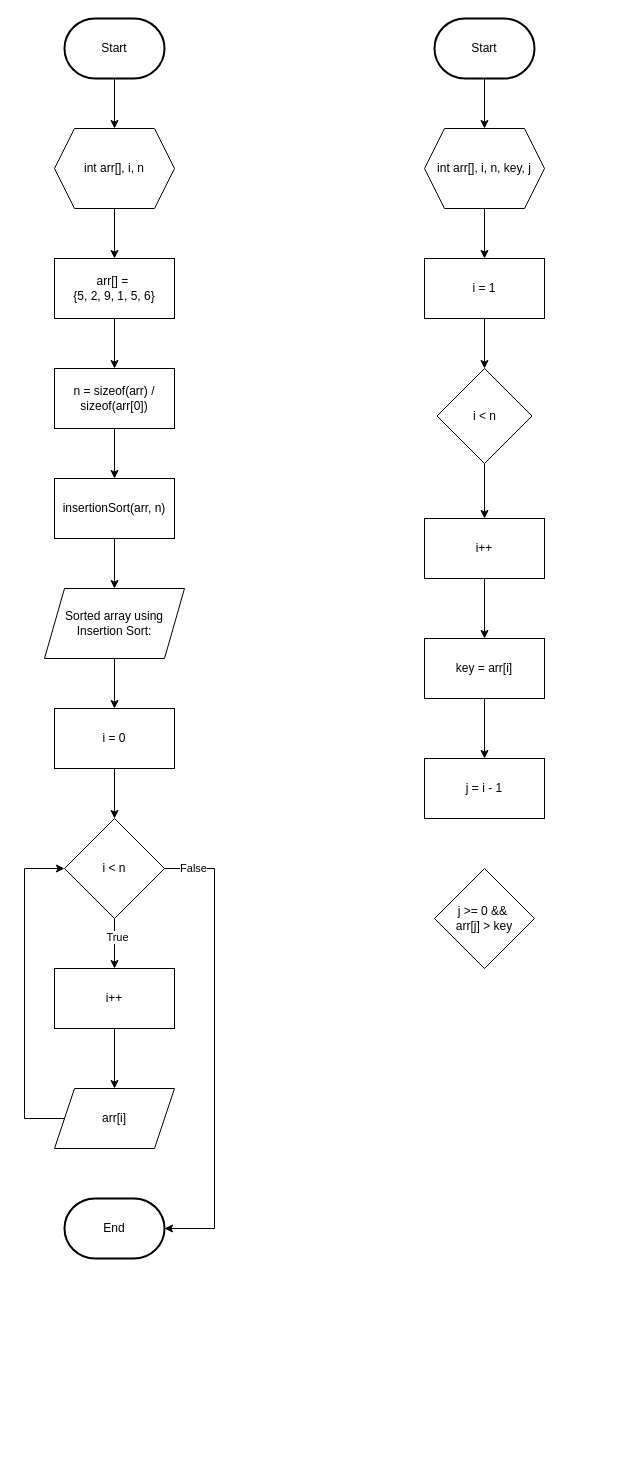
Earlier version of the draw.io diagram page "Insertion Sort" (1 of 4) of Penda Modul 3.drawio (elikawicaksana/BuildIT_BasisData). Source tidied: cells renumbered, new cells numbered last; positions are measured from the earlier drawing's top-left corner, leaving out a move shared by most shapes. Both pictures are drawn from the tidied source at 100%, with x=0, y=0 at pixel (24, 18).
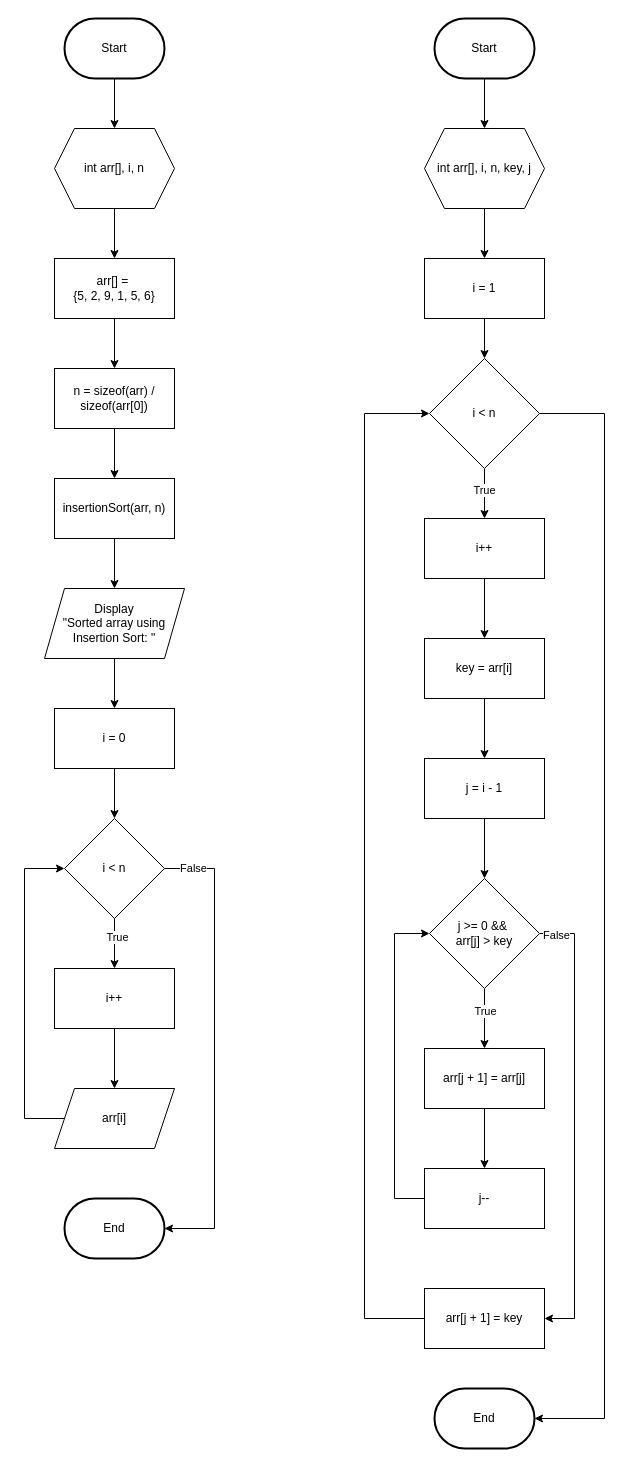
After the change.

The change refers to these unchanged cells:
```xml
<mxCell id="8" style="edgeStyle=orthogonalEdgeStyle;rounded=0;jettySize=auto;html=1;entryX=0.5;entryY=0;entryDx=0;entryDy=0;" parent="1" edge="1" source="9" target="35">
  <mxGeometry relative="1" as="geometry" />
</mxCell>
<mxCell id="15" value="i = 0" style="rounded=0;whiteSpace=wrap;html=1;" parent="1" vertex="1">
  <mxGeometry x="30" y="690" width="120" height="60" as="geometry" />
</mxCell>
<mxCell id="19" value="insertionSort(arr, n)" style="rounded=0;whiteSpace=wrap;html=1;" parent="1" vertex="1">
  <mxGeometry x="30" y="460" width="120" height="60" as="geometry" />
</mxCell>
<mxCell id="22" style="edgeStyle=orthogonalEdgeStyle;rounded=0;jettySize=auto;html=1;entryX=0.5;entryY=0;entryDx=0;entryDy=0;" parent="1" edge="1" source="24" target="26">
  <mxGeometry relative="1" as="geometry" />
</mxCell>
<mxCell id="30" style="edgeStyle=orthogonalEdgeStyle;rounded=0;jettySize=auto;html=1;entryX=1;entryY=0.5;entryDx=0;entryDy=0;entryPerimeter=0;" parent="1" edge="1" source="24" target="29">
  <mxGeometry relative="1" as="geometry">
    <Array as="points">
      <mxPoint x="190" y="850" />
      <mxPoint x="190" y="1210" />
    </Array>
  </mxGeometry>
</mxCell>
<mxCell id="38" value="j = i - 1" style="rounded=0;whiteSpace=wrap;html=1;" parent="1" vertex="1">
  <mxGeometry x="400" y="740" width="120" height="60" as="geometry" />
</mxCell>
```

Change to the diagram source:
```diff
@@
+    <mxCell id="40" value="True" style="edgeLabel;html=1;align=center;verticalAlign=middle;" parent="8" vertex="1">
+      <mxGeometry x="-0.17" y="-1" relative="1" as="geometry" />
+    </mxCell>
     <mxCell id="9" value="i &amp;lt; n" style="rhombus;whiteSpace=wrap;html=1;" parent="1" vertex="1">
-      <mxGeometry x="412.5" y="350" width="95" height="95" as="geometry" />
+      <mxGeometry x="405" y="340" width="110" height="110" as="geometry" />
     </mxCell>
@@
-    <mxCell id="18" style="edgeStyle=orthogonalEdgeStyle;rounded=0;jettySize=auto;html=1;entryX=0.5;entryY=0;entryDx=0;entryDy=0;" parent="1" edge="1" source="19" target="21">
-      <mxGeometry relative="1" as="geometry" />
-    </mxCell>
+    <mxCell id="41" style="edgeStyle=orthogonalEdgeStyle;rounded=0;jettySize=auto;html=1;entryX=0.5;entryY=0;entryDx=0;entryDy=0;" parent="1" edge="1" source="19" target="43">
+      <mxGeometry relative="1" as="geometry" />
+    </mxCell>
@@
-    <mxCell id="20" style="edgeStyle=orthogonalEdgeStyle;rounded=0;jettySize=auto;html=1;entryX=0.5;entryY=0;entryDx=0;entryDy=0;" parent="1" edge="1" source="21" target="15">
-      <mxGeometry relative="1" as="geometry" />
-    </mxCell>
-    <mxCell id="21" value="Sorted array using Insertion Sort:" style="shape=parallelogram;perimeter=parallelogramPerimeter;whiteSpace=wrap;html=1;fixedSize=1;" parent="1" vertex="1">
-      <mxGeometry x="20" y="570" width="140" height="70" as="geometry" />
-    </mxCell>
+    <mxCell id="42" style="edgeStyle=orthogonalEdgeStyle;rounded=0;jettySize=auto;html=1;entryX=0.5;entryY=0;entryDx=0;entryDy=0;" parent="1" edge="1" source="43" target="15">
+      <mxGeometry relative="1" as="geometry" />
+    </mxCell>
+    <mxCell id="43" value="&lt;div&gt;Display&lt;/div&gt;&quot;Sorted array using Insertion Sort: &quot;" style="shape=parallelogram;perimeter=parallelogramPerimeter;whiteSpace=wrap;html=1;fixedSize=1;" parent="1" vertex="1">
+      <mxGeometry x="20" y="570" width="140" height="70" as="geometry" />
+    </mxCell>
@@
-    <mxCell id="23" value="True" style="edgeLabel;html=1;align=center;verticalAlign=middle;" parent="22" vertex="1">
-      <mxGeometry x="-0.29" y="2" relative="1" as="geometry" />
-    </mxCell>
+    <mxCell id="44" value="True" style="edgeLabel;html=1;align=center;verticalAlign=middle;" parent="22" vertex="1">
+      <mxGeometry x="-0.29" y="2" relative="1" as="geometry" />
+    </mxCell>
@@
-    <mxCell id="31" value="False" style="edgeLabel;html=1;align=center;verticalAlign=middle;" parent="30" vertex="1">
-      <mxGeometry x="-0.88" y="1" relative="1" as="geometry" />
-    </mxCell>
+    <mxCell id="45" value="False" style="edgeLabel;html=1;align=center;verticalAlign=middle;" parent="30" vertex="1">
+      <mxGeometry x="-0.88" y="1" relative="1" as="geometry" />
+    </mxCell>
@@
+    <mxCell id="46" style="edgeStyle=orthogonalEdgeStyle;rounded=0;jettySize=auto;html=1;entryX=0.5;entryY=0;entryDx=0;entryDy=0;" parent="1" edge="1" source="38" target="39">
+      <mxGeometry relative="1" as="geometry" />
+    </mxCell>
@@
+    <mxCell id="47" style="edgeStyle=orthogonalEdgeStyle;rounded=0;jettySize=auto;html=1;entryX=0.5;entryY=0;entryDx=0;entryDy=0;" parent="1" edge="1" source="39" target="52">
+      <mxGeometry relative="1" as="geometry" />
+    </mxCell>
+    <mxCell id="48" value="True" style="edgeLabel;html=1;align=center;verticalAlign=middle;" parent="47" vertex="1">
+      <mxGeometry x="-0.28" relative="1" as="geometry" />
+    </mxCell>
+    <mxCell id="49" style="edgeStyle=orthogonalEdgeStyle;rounded=0;jettySize=auto;html=1;entryX=1;entryY=0.5;entryDx=0;entryDy=0;" parent="1" edge="1" source="39" target="56">
+      <mxGeometry relative="1" as="geometry">
+        <Array as="points">
+          <mxPoint x="550" y="915" />
+          <mxPoint x="550" y="1300" />
+        </Array>
+      </mxGeometry>
+    </mxCell>
+    <mxCell id="50" value="False" style="edgeLabel;html=1;align=center;verticalAlign=middle;" parent="49" vertex="1">
+      <mxGeometry x="-0.93" y="-1" relative="1" as="geometry" />
+    </mxCell>
     <mxCell id="39" value="j &amp;gt;= 0 &amp;amp;&amp;amp;&amp;nbsp;&lt;div&gt;arr[j] &amp;gt; key&lt;/div&gt;" style="rhombus;whiteSpace=wrap;html=1;" parent="1" vertex="1">
-      <mxGeometry x="410" y="850" width="100" height="100" as="geometry" />
+      <mxGeometry x="405" y="860" width="110" height="110" as="geometry" />
     </mxCell>
+    <mxCell id="51" style="edgeStyle=orthogonalEdgeStyle;rounded=0;jettySize=auto;html=1;entryX=0.5;entryY=0;entryDx=0;entryDy=0;" parent="1" edge="1" source="52" target="54">
+      <mxGeometry relative="1" as="geometry" />
+    </mxCell>
+    <mxCell id="52" value="arr[j + 1] = arr[j]" style="rounded=0;whiteSpace=wrap;html=1;" parent="1" vertex="1">
+      <mxGeometry x="400" y="1030" width="120" height="60" as="geometry" />
+    </mxCell>
+    <mxCell id="53" style="edgeStyle=orthogonalEdgeStyle;rounded=0;jettySize=auto;html=1;entryX=0;entryY=0.5;entryDx=0;entryDy=0;" parent="1" edge="1" source="54" target="39">
+      <mxGeometry relative="1" as="geometry">
+        <Array as="points">
+          <mxPoint x="370" y="1180" />
+          <mxPoint x="370" y="915" />
+        </Array>
+      </mxGeometry>
+    </mxCell>
+    <mxCell id="54" value="j--" style="rounded=0;whiteSpace=wrap;html=1;" parent="1" vertex="1">
+      <mxGeometry x="400" y="1150" width="120" height="60" as="geometry" />
+    </mxCell>
+    <mxCell id="55" style="edgeStyle=orthogonalEdgeStyle;rounded=0;jettySize=auto;html=1;entryX=0;entryY=0.5;entryDx=0;entryDy=0;" parent="1" edge="1" source="56" target="9">
+      <mxGeometry relative="1" as="geometry">
+        <Array as="points">
+          <mxPoint x="340" y="1300" />
+          <mxPoint x="340" y="395" />
+        </Array>
+      </mxGeometry>
+    </mxCell>
+    <mxCell id="56" value="arr[j + 1] = key" style="rounded=0;whiteSpace=wrap;html=1;" parent="1" vertex="1">
+      <mxGeometry x="400" y="1270" width="120" height="60" as="geometry" />
+    </mxCell>
+    <mxCell id="57" value="End" style="strokeWidth=2;html=1;shape=mxgraph.flowchart.terminator;whiteSpace=wrap;" parent="1" vertex="1">
+      <mxGeometry x="410" y="1370" width="100" height="60" as="geometry" />
+    </mxCell>
+    <mxCell id="58" style="edgeStyle=orthogonalEdgeStyle;rounded=0;jettySize=auto;html=1;entryX=1;entryY=0.5;entryDx=0;entryDy=0;entryPerimeter=0;" parent="1" edge="1" source="9" target="57">
+      <mxGeometry relative="1" as="geometry">
+        <Array as="points">
+          <mxPoint x="580" y="395" />
+          <mxPoint x="580" y="1400" />
+        </Array>
+      </mxGeometry>
+    </mxCell>
```
